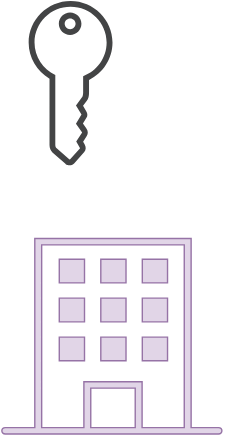
dasc345/ADS-HOME-PAGE keeps this draw.io diagram as test.drawio.svg. Above is the earlier version. Source tidied: cells renumbered, new cells last; positions are measured from the earlier drawing's top-left corner, leaving out a move shared by most shapes. Its diagram source:
```xml
<mxGraphModel>
  <root>
    <mxCell id="0" />
    <mxCell id="1" parent="0" />
    <mxCell id="2" style="sketch=0;shadow=0;dashed=0;html=1;strokeColor=#9673a6;fillColor=#e1d5e7;labelPosition=center;verticalLabelPosition=bottom;verticalAlign=top;align=center;shape=mxgraph.vvd.site;" parent="1" vertex="1">
      <mxGeometry y="170" width="159.1" height="140" as="geometry" />
    </mxCell>
    <mxCell id="3" style="sketch=0;shadow=0;dashed=0;html=1;strokeColor=none;fillColor=#434445;labelPosition=center;verticalLabelPosition=bottom;verticalAlign=top;align=center;shape=mxgraph.vvd.tenant_key;" parent="1" vertex="1">
      <mxGeometry x="20" width="60" height="117.7" as="geometry" />
    </mxCell>
  </root>
</mxGraphModel>
```
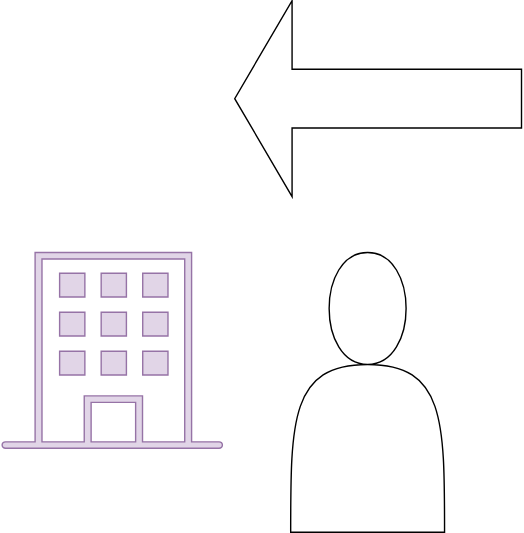
The same diagram one commit later.

Change to the diagram source:
```diff
@@ -3,10 +3,13 @@
     <mxCell id="0" />
     <mxCell id="1" parent="0" />
     <mxCell id="2" style="sketch=0;shadow=0;dashed=0;html=1;strokeColor=#9673a6;fillColor=#e1d5e7;labelPosition=center;verticalLabelPosition=bottom;verticalAlign=top;align=center;shape=mxgraph.vvd.site;" parent="1" vertex="1">
-      <mxGeometry y="170" width="159.1" height="140" as="geometry" />
+      <mxGeometry x="12.9" y="170" width="159.1" height="140" as="geometry" />
     </mxCell>
-    <mxCell id="3" style="sketch=0;shadow=0;dashed=0;html=1;strokeColor=none;fillColor=#434445;labelPosition=center;verticalLabelPosition=bottom;verticalAlign=top;align=center;shape=mxgraph.vvd.tenant_key;" parent="1" vertex="1">
-      <mxGeometry x="20" width="60" height="117.7" as="geometry" />
+    <mxCell id="3" style="shape=actor;whiteSpace=wrap;html=1;" parent="1" vertex="1">
+      <mxGeometry x="220" y="170" width="110" height="200" as="geometry" />
     </mxCell>
+    <mxCell id="4" style="shape=singleArrow;direction=west;whiteSpace=wrap;html=1;" parent="1" vertex="1">
+      <mxGeometry x="180" y="-10" width="205" height="140" as="geometry" />
+    </mxCell>
   </root>
 </mxGraphModel>
```
